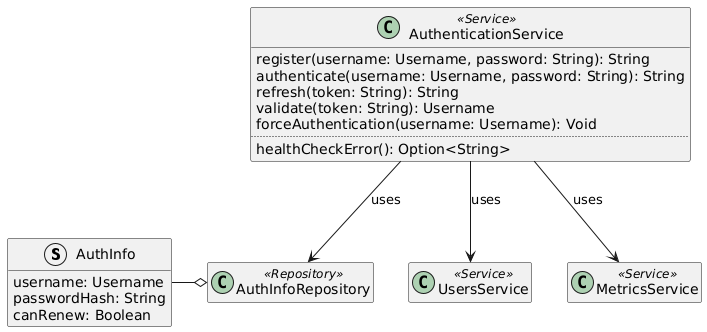
Above: doc/diagrams/authentication-service-domain-model.png in Ventus218/SAP-assignment-02 (PlantUML), before the change.
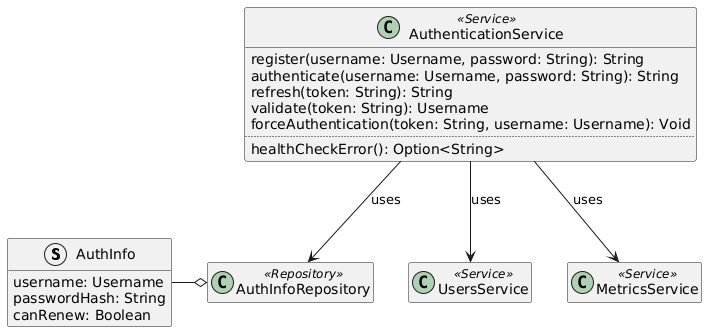
The same diagram one commit later.

Commit message:
Automatically generated PlantUML diagrams

What changed in the source:
```diff
@@ -14,7 +14,7 @@
     authenticate(username: Username, password: String): String
     refresh(token: String): String
     validate(token: String): Username
-    forceAuthentication(username: Username): Void
+    forceAuthentication(token: String, username: Username): Void
     ..
     healthCheckError(): Option<String>
 }
```
